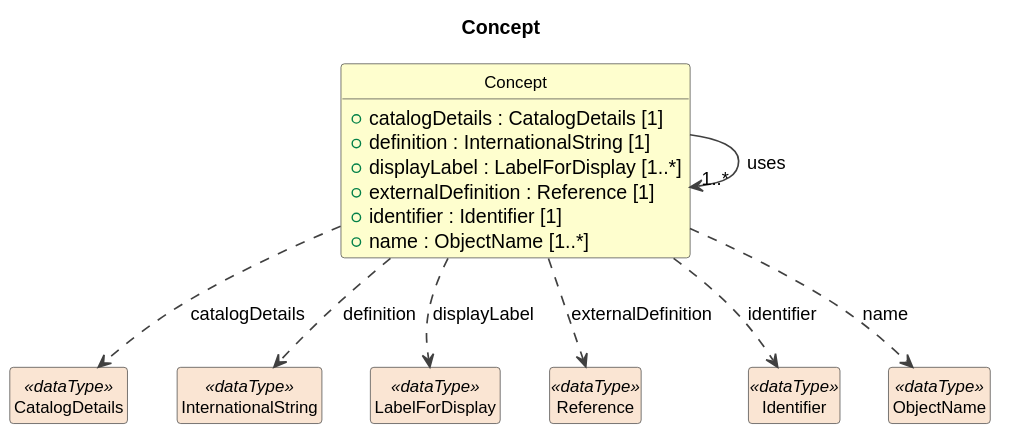
The PlantUML diagram build/field-level-documentation/CDIFDiscovery/Classes/Concept.svg in Cross-Domain-Interoperability-Framework/metadataBuildingBlocks, before a commit. Source of this version:
```plantuml
@startuml
title Concept
hide circle
hide empty members
skinparam shadowing false
skinparam ArrowThickness 1.2
skinparam class {
  ArrowColor #404040
  BorderColor #404040
  FontSize 12
}

class "Concept" as Concept #FEFECE {
  +catalogDetails : CatalogDetails [1]
  +definition : InternationalString [1]
  +displayLabel : LabelForDisplay [1..*]
  +externalDefinition : Reference [1]
  +identifier : Identifier [1]
  +name : ObjectName [1..*]
}
Concept --> "1..*" Concept : uses
class "CatalogDetails" as CatalogDetails <<dataType>> #FAE5D3
Concept ..> CatalogDetails : catalogDetails
class "InternationalString" as InternationalString <<dataType>> #FAE5D3
Concept ..> InternationalString : definition
class "LabelForDisplay" as LabelForDisplay <<dataType>> #FAE5D3
Concept ..> LabelForDisplay : displayLabel
class "Reference" as Reference <<dataType>> #FAE5D3
Concept ..> Reference : externalDefinition
class "Identifier" as Identifier <<dataType>> #FAE5D3
Concept ..> Identifier : identifier
class "ObjectName" as ObjectName <<dataType>> #FAE5D3
Concept ..> ObjectName : name
@enduml
```
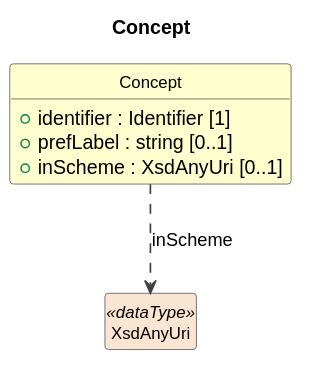
Later version of the same file.

The edit, as a diff of the source:
```diff
@@ -11,24 +11,10 @@
 }
 
 class "Concept" as Concept #FEFECE {
-  +catalogDetails : CatalogDetails [1]
-  +definition : InternationalString [1]
-  +displayLabel : LabelForDisplay [1..*]
-  +externalDefinition : Reference [1]
   +identifier : Identifier [1]
-  +name : ObjectName [1..*]
+  +prefLabel : string [0..1]
+  +inScheme : XsdAnyUri [0..1]
 }
-Concept --> "1..*" Concept : uses
-class "CatalogDetails" as CatalogDetails <<dataType>> #FAE5D3
-Concept ..> CatalogDetails : catalogDetails
-class "InternationalString" as InternationalString <<dataType>> #FAE5D3
-Concept ..> InternationalString : definition
-class "LabelForDisplay" as LabelForDisplay <<dataType>> #FAE5D3
-Concept ..> LabelForDisplay : displayLabel
-class "Reference" as Reference <<dataType>> #FAE5D3
-Concept ..> Reference : externalDefinition
-class "Identifier" as Identifier <<dataType>> #FAE5D3
-Concept ..> Identifier : identifier
-class "ObjectName" as ObjectName <<dataType>> #FAE5D3
-Concept ..> ObjectName : name
+class "XsdAnyUri" as XsdAnyUri <<dataType>> #FAE5D3
+Concept ..> XsdAnyUri : inScheme
 @enduml
```
